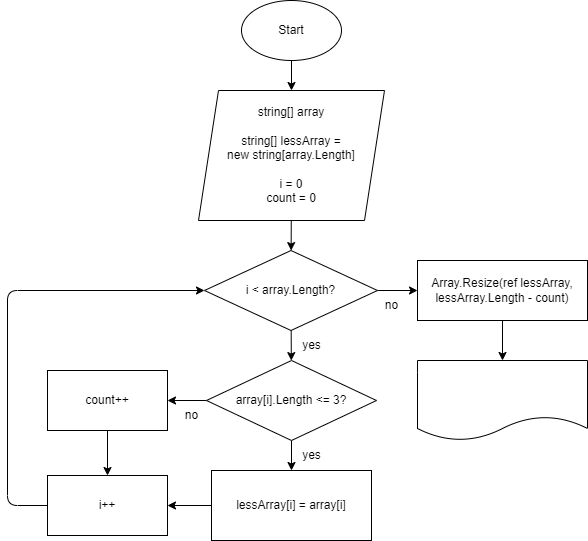
andrew-shevv/speciality-finals keeps this draw.io diagram as scheme.drawio.png. Above is the earlier version. Source tidied: cells renumbered, new cells last; positions are measured from the earlier drawing's top-left corner, leaving out a move shared by most shapes. Its diagram source:
```xml
<mxGraphModel>
  <root>
    <mxCell id="0" />
    <mxCell id="1" parent="0" />
    <mxCell id="2" style="edgeStyle=none;html=1;" parent="1" edge="1" source="3" target="5">
      <mxGeometry relative="1" as="geometry" />
    </mxCell>
    <mxCell id="3" value="Start" style="ellipse;whiteSpace=wrap;html=1;" parent="1" vertex="1">
      <mxGeometry x="234" width="100" height="60" as="geometry" />
    </mxCell>
    <mxCell id="4" style="edgeStyle=none;html=1;" parent="1" edge="1" source="5" target="8">
      <mxGeometry relative="1" as="geometry" />
    </mxCell>
    <mxCell id="5" value="string[] array&lt;br&gt;&lt;br&gt;string[] lessArray =&lt;br&gt;new string[array.Length]&lt;br&gt;&lt;br&gt;i = 0&lt;br&gt;count = 0" style="shape=parallelogram;perimeter=parallelogramPerimeter;whiteSpace=wrap;html=1;fixedSize=1;" parent="1" vertex="1">
      <mxGeometry x="191" y="90" width="186" height="130" as="geometry" />
    </mxCell>
    <mxCell id="6" style="edgeStyle=none;html=1;" parent="1" edge="1" source="8" target="11">
      <mxGeometry relative="1" as="geometry" />
    </mxCell>
    <mxCell id="7" style="edgeStyle=none;html=1;" parent="1" edge="1" source="8" target="23">
      <mxGeometry relative="1" as="geometry" />
    </mxCell>
    <mxCell id="8" value="i &amp;lt; array.Length?" style="rhombus;whiteSpace=wrap;html=1;" parent="1" vertex="1">
      <mxGeometry x="197" y="250" width="173" height="80" as="geometry" />
    </mxCell>
    <mxCell id="9" style="edgeStyle=none;html=1;" parent="1" edge="1" source="11" target="14">
      <mxGeometry relative="1" as="geometry" />
    </mxCell>
    <mxCell id="10" style="edgeStyle=none;html=1;" parent="1" edge="1" source="11" target="16">
      <mxGeometry relative="1" as="geometry" />
    </mxCell>
    <mxCell id="11" value="array[i].Length &amp;lt;= 3?" style="rhombus;whiteSpace=wrap;html=1;" parent="1" vertex="1">
      <mxGeometry x="199" y="360" width="170" height="80" as="geometry" />
    </mxCell>
    <mxCell id="12" value="yes" style="text;html=1;align=center;verticalAlign=middle;strokeColor=none;fillColor=none;" parent="1" vertex="1">
      <mxGeometry x="284" y="330" width="40" height="30" as="geometry" />
    </mxCell>
    <mxCell id="13" style="edgeStyle=none;html=1;" parent="1" edge="1" source="14" target="18">
      <mxGeometry relative="1" as="geometry" />
    </mxCell>
    <mxCell id="14" value="lessArray[i] = array[i]&lt;br&gt;" style="whiteSpace=wrap;html=1;" parent="1" vertex="1">
      <mxGeometry x="204" y="470" width="160" height="70" as="geometry" />
    </mxCell>
    <mxCell id="15" style="edgeStyle=none;html=1;entryX=0.5;entryY=0;entryDx=0;entryDy=0;" parent="1" edge="1" source="16" target="18">
      <mxGeometry relative="1" as="geometry" />
    </mxCell>
    <mxCell id="16" value="count++" style="whiteSpace=wrap;html=1;" parent="1" vertex="1">
      <mxGeometry x="40" y="370" width="120" height="60" as="geometry" />
    </mxCell>
    <mxCell id="17" style="edgeStyle=none;html=1;entryX=0;entryY=0.5;entryDx=0;entryDy=0;" parent="1" edge="1" source="18" target="8">
      <mxGeometry relative="1" as="geometry">
        <Array as="points">
          <mxPoint y="505" />
          <mxPoint y="290" />
        </Array>
      </mxGeometry>
    </mxCell>
    <mxCell id="18" value="i++" style="whiteSpace=wrap;html=1;" parent="1" vertex="1">
      <mxGeometry x="40" y="475" width="120" height="60" as="geometry" />
    </mxCell>
    <mxCell id="19" value="yes" style="text;html=1;align=center;verticalAlign=middle;strokeColor=none;fillColor=none;" parent="1" vertex="1">
      <mxGeometry x="284" y="440" width="40" height="30" as="geometry" />
    </mxCell>
    <mxCell id="20" value="no" style="text;html=1;align=center;verticalAlign=middle;strokeColor=none;fillColor=none;" parent="1" vertex="1">
      <mxGeometry x="164" y="400" width="40" height="30" as="geometry" />
    </mxCell>
    <mxCell id="21" value="no" style="text;html=1;align=center;verticalAlign=middle;strokeColor=none;fillColor=none;" parent="1" vertex="1">
      <mxGeometry x="364" y="290" width="40" height="30" as="geometry" />
    </mxCell>
    <mxCell id="22" style="edgeStyle=none;html=1;" parent="1" edge="1" source="23" target="24">
      <mxGeometry relative="1" as="geometry" />
    </mxCell>
    <mxCell id="23" value="Array.Resize(ref lessArray, lessArray.Length - count)" style="whiteSpace=wrap;html=1;" parent="1" vertex="1">
      <mxGeometry x="410" y="260" width="170" height="60" as="geometry" />
    </mxCell>
    <mxCell id="24" style="shape=document;whiteSpace=wrap;html=1;boundedLbl=1;" parent="1" vertex="1">
      <mxGeometry x="410" y="360" width="170" height="80" as="geometry" />
    </mxCell>
  </root>
</mxGraphModel>
```
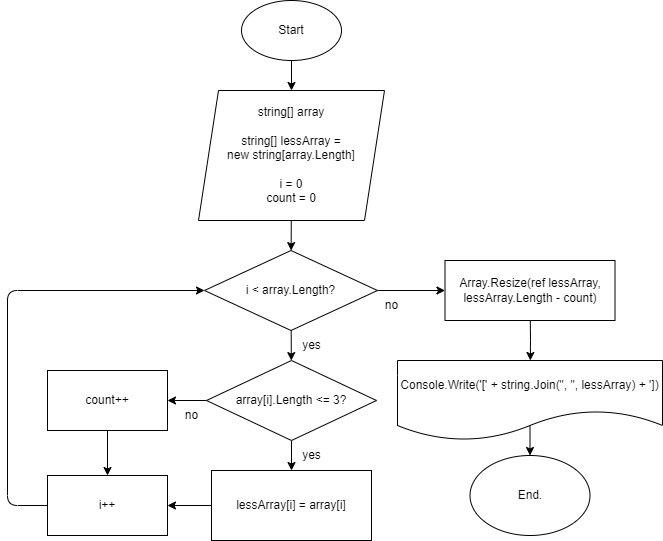
The same file after the commit.

Commit message:
slight edit to scheme for the task

What changed in the source:
```diff
@@ -68,13 +68,23 @@
       <mxGeometry x="364" y="290" width="40" height="30" as="geometry" />
     </mxCell>
     <mxCell id="22" style="edgeStyle=none;html=1;" parent="1" edge="1" source="23" target="24">
-      <mxGeometry relative="1" as="geometry" />
+      <mxGeometry relative="1" as="geometry">
+        <Array as="points">
+          <mxPoint x="523" y="340" />
+        </Array>
+      </mxGeometry>
     </mxCell>
     <mxCell id="23" value="Array.Resize(ref lessArray, lessArray.Length - count)" style="whiteSpace=wrap;html=1;" parent="1" vertex="1">
-      <mxGeometry x="410" y="260" width="170" height="60" as="geometry" />
+      <mxGeometry x="437.5" y="260" width="170" height="60" as="geometry" />
     </mxCell>
+    <mxCell id="25" style="edgeStyle=none;html=1;exitX=0.5;exitY=0.815;exitDx=0;exitDy=0;exitPerimeter=0;" parent="1" edge="1" source="24" target="26">
+      <mxGeometry relative="1" as="geometry" />
+    </mxCell>
-    <mxCell id="24" style="shape=document;whiteSpace=wrap;html=1;boundedLbl=1;" parent="1" vertex="1">
-      <mxGeometry x="410" y="360" width="170" height="80" as="geometry" />
+    <mxCell id="24" value="&lt;span class=&quot;pl-smi&quot;&gt;Console&lt;/span&gt;.&lt;span class=&quot;pl-en&quot;&gt;Write&lt;/span&gt;(&lt;span class=&quot;pl-s&quot;&gt;'['&lt;/span&gt; &lt;span class=&quot;pl-k&quot;&gt;+&lt;/span&gt; &lt;span class=&quot;pl-smi&quot;&gt;string&lt;/span&gt;.&lt;span class=&quot;pl-en&quot;&gt;Join&lt;/span&gt;(&lt;span class=&quot;pl-s&quot;&gt;&lt;span class=&quot;pl-pds&quot;&gt;&quot;&lt;/span&gt;, &lt;span class=&quot;pl-pds&quot;&gt;&quot;&lt;/span&gt;&lt;/span&gt;, &lt;span class=&quot;pl-smi&quot;&gt;lessArray&lt;/span&gt;) &lt;span class=&quot;pl-k&quot;&gt;+&lt;/span&gt; &lt;span class=&quot;pl-s&quot;&gt;'])&lt;/span&gt;" style="shape=document;whiteSpace=wrap;html=1;boundedLbl=1;size=0.375;" parent="1" vertex="1">
+      <mxGeometry x="390" y="360" width="265" height="80" as="geometry" />
     </mxCell>
+    <mxCell id="26" value="End." style="ellipse;whiteSpace=wrap;html=1;" parent="1" vertex="1">
+      <mxGeometry x="462.5" y="455" width="120" height="80" as="geometry" />
+    </mxCell>
   </root>
 </mxGraphModel>
```
